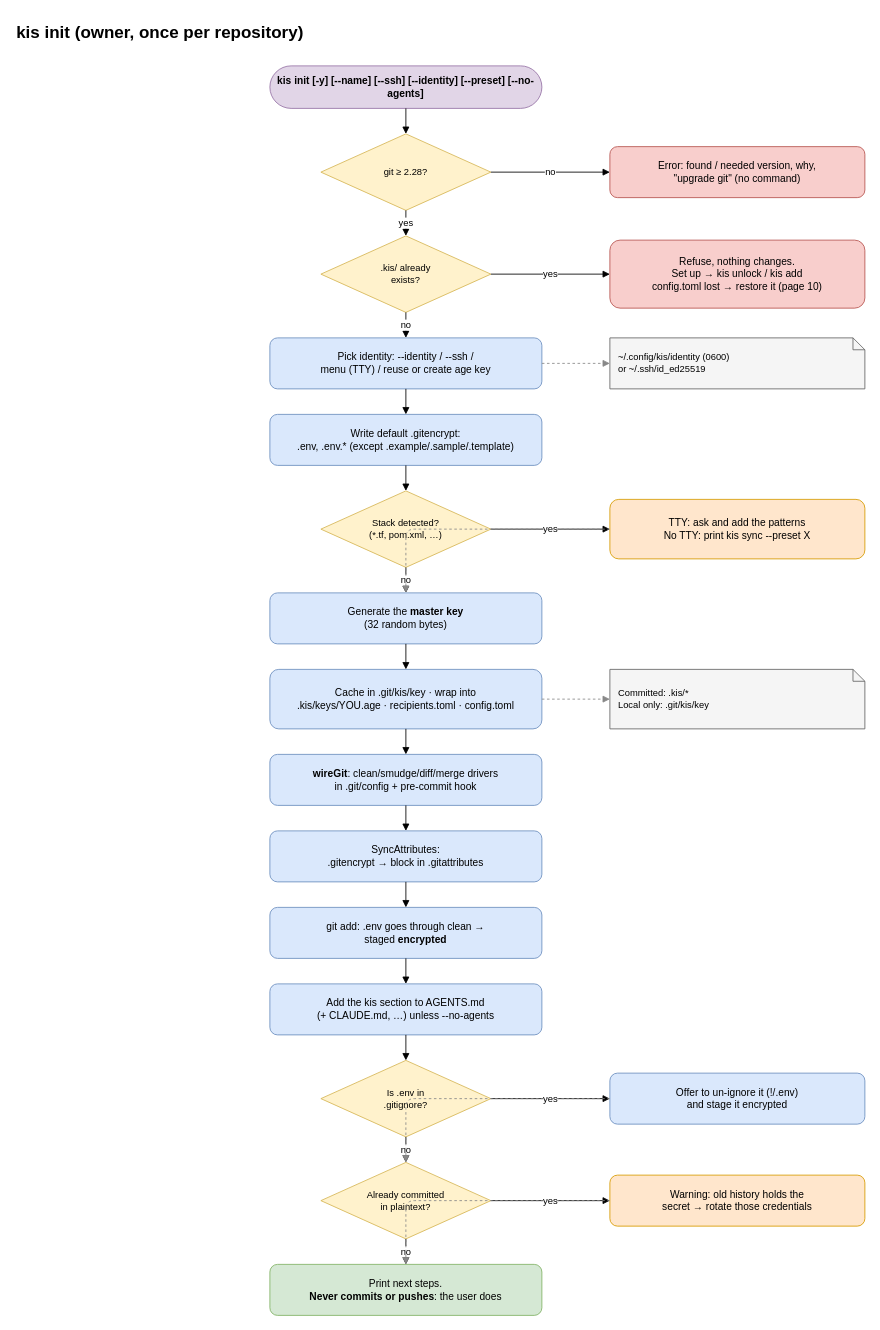
Above: page "2 · kis init" (2 of 10) of docs/diagrams/kis-flows.drawio in juanfraherrero/keep-in-secret (draw.io), before the change. Source tidied: cells renumbered, new cells numbered last; positions are measured from the earlier drawing's top-left corner, leaving out a move shared by most shapes. Both pictures are drawn from the tidied source at 85%, with x=0, y=0 at pixel (14, 14).
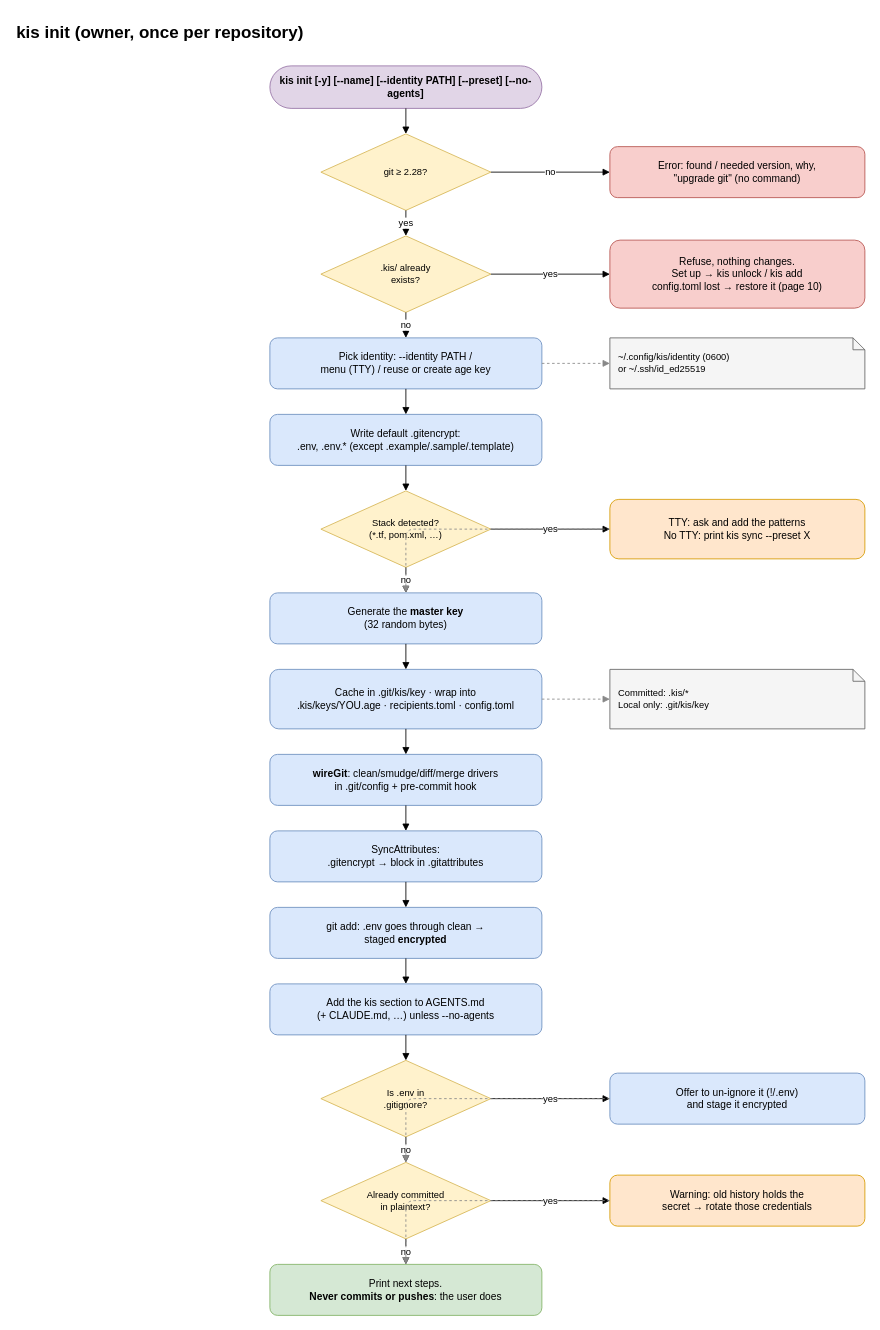
The same page after the edit.

Commit message (it also covers changes not shown here):
Remove kis init --ssh

What changed in the source:
```diff
@@
-    <mxCell id="3" value="kis init [-y] [--name] [--ssh] [--identity] [--preset] [--no-agents]" style="rounded=1;arcSize=50;whiteSpace=wrap;html=1;fillColor=#e1d5e7;strokeColor=#9673a6;fontStyle=1;fontSize=12;" parent="1" vertex="1">
+    <mxCell id="3" value="kis init [-y] [--name] [--identity PATH] [--preset] [--no-agents]" style="rounded=1;arcSize=50;whiteSpace=wrap;html=1;fillColor=#e1d5e7;strokeColor=#9673a6;fontStyle=1;fontSize=12;" parent="1" vertex="1">
       <mxGeometry x="300" y="60" width="320" height="50" as="geometry" />
     </mxCell>
@@
-    <mxCell id="8" value="Pick identity: --identity / --ssh /&lt;br&gt;menu (TTY) / reuse or create age key" style="rounded=1;whiteSpace=wrap;html=1;fillColor=#dae8fc;strokeColor=#6c8ebf;fontSize=12;" parent="1" vertex="1">
+    <mxCell id="8" value="Pick identity: --identity PATH /&lt;br&gt;menu (TTY) / reuse or create age key" style="rounded=1;whiteSpace=wrap;html=1;fillColor=#dae8fc;strokeColor=#6c8ebf;fontSize=12;" parent="1" vertex="1">
       <mxGeometry x="300" y="380" width="320" height="60" as="geometry" />
     </mxCell>
```
